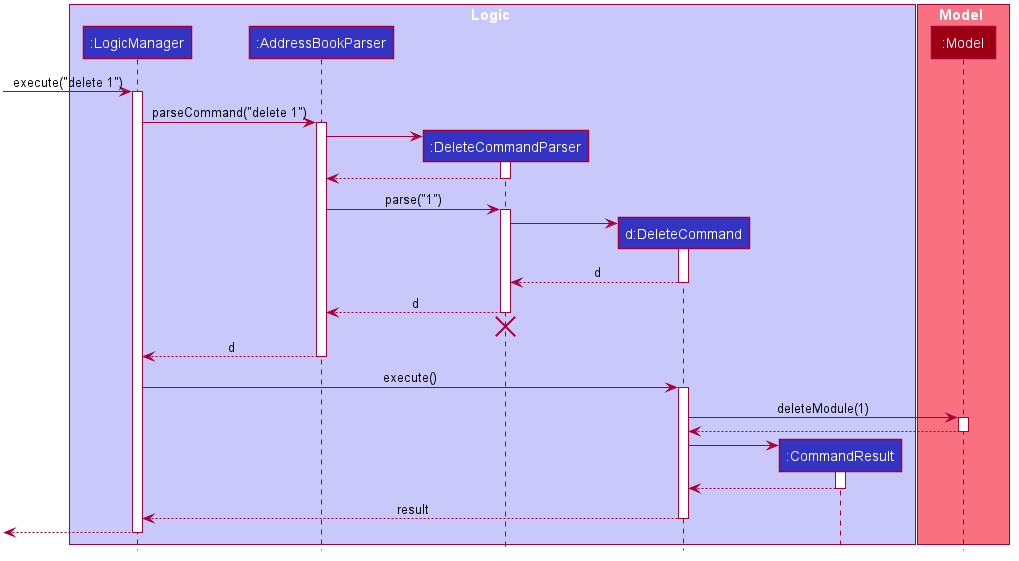
Before: docs/images/DeleteSequenceDiagram.png, a diagram exported from PlantUML (nus-cs2103-AY2021S1/tp).
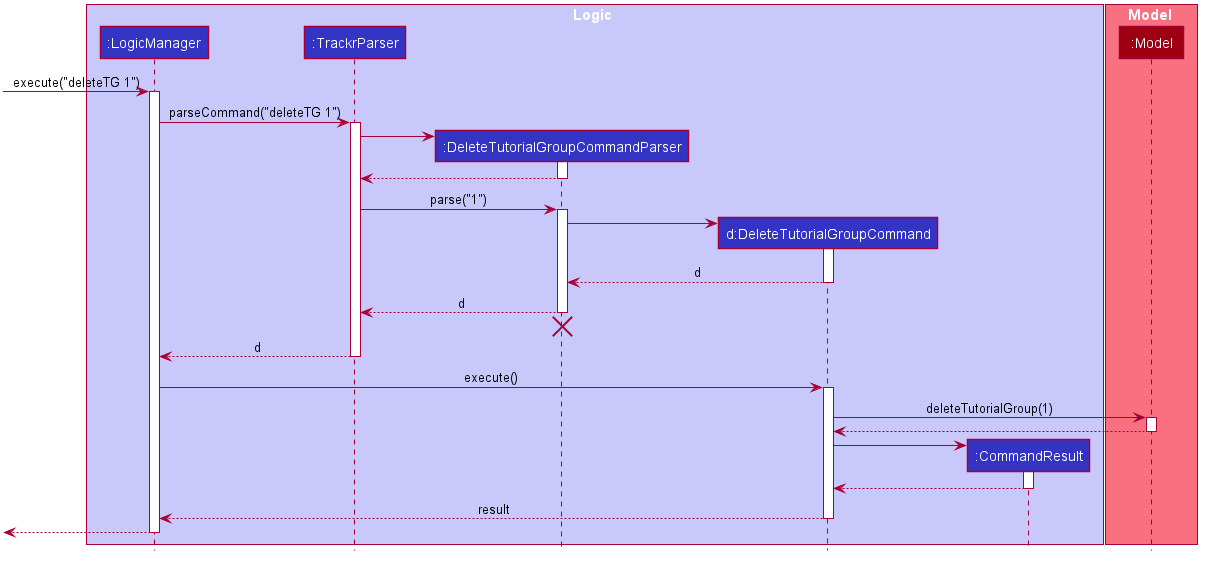
The same file after the commit.

Diff of the diagram source:
```diff
@@ -50,9 +50,9 @@
 
 box Logic #C8C8FA
 participant ":LogicManager" as LogicManager #3333C4
-participant ":AddressBookParser" as AddressBookParser #3333C4
-participant ":DeleteCommandParser" as DeleteCommandParser #3333C4
-participant "d:DeleteCommand" as DeleteCommand #3333C4
+participant ":TrackrParser" as TrackrParser #3333C4
+participant ":DeleteTutorialGroupCommandParser" as DeleteTutorialGroupCommandParser #3333C4
+participant "d:DeleteTutorialGroupCommand" as DeleteTutorialGroupCommand #3333C4
 participant ":CommandResult" as CommandResult #3333C4
 end box
 
@@ -60,55 +60,55 @@
 participant ":Model" as Model #9D0012
 end box
 
-[-> LogicManager : execute("delete 1")
+[-> LogicManager : execute("deleteTG 1")
 activate LogicManager
 
-LogicManager -> AddressBookParser : parseCommand("delete 1")
-activate AddressBookParser
+LogicManager -> TrackrParser : parseCommand("deleteTG 1")
+activate TrackrParser
 
-create DeleteCommandParser
-AddressBookParser -> DeleteCommandParser
-activate DeleteCommandParser
+create DeleteTutorialGroupCommandParser
+TrackrParser -> DeleteTutorialGroupCommandParser
+activate DeleteTutorialGroupCommandParser
 
-DeleteCommandParser --> AddressBookParser
-deactivate DeleteCommandParser
+DeleteTutorialGroupCommandParser --> TrackrParser
+deactivate DeleteTutorialGroupCommandParser
 
-AddressBookParser -> DeleteCommandParser : parse("1")
-activate DeleteCommandParser
+TrackrParser -> DeleteTutorialGroupCommandParser : parse("1")
+activate DeleteTutorialGroupCommandParser
 
-create DeleteCommand
-DeleteCommandParser -> DeleteCommand
-activate DeleteCommand
+create DeleteTutorialGroupCommand
+DeleteTutorialGroupCommandParser -> DeleteTutorialGroupCommand
+activate DeleteTutorialGroupCommand
 
-DeleteCommand --> DeleteCommandParser : d
-deactivate DeleteCommand
+DeleteTutorialGroupCommand --> DeleteTutorialGroupCommandParser : d
+deactivate DeleteTutorialGroupCommand
 
-DeleteCommandParser --> AddressBookParser : d
-deactivate DeleteCommandParser
-DeleteCommandParser -[hidden]-> AddressBookParser
-destroy DeleteCommandParser
+DeleteTutorialGroupCommandParser --> TrackrParser : d
+deactivate DeleteTutorialGroupCommandParser
+DeleteTutorialGroupCommandParser -[hidden]-> TrackrParser
+destroy DeleteTutorialGroupCommandParser
 
-AddressBookParser --> LogicManager : d
-deactivate AddressBookParser
+TrackrParser --> LogicManager : d
+deactivate TrackrParser
 
-LogicManager -> DeleteCommand : execute()
-activate DeleteCommand
+LogicManager -> DeleteTutorialGroupCommand : execute()
+activate DeleteTutorialGroupCommand
 
-DeleteCommand -> Model : deleteModule(1)
+DeleteTutorialGroupCommand -> Model : deleteTutorialGroup(1)
 activate Model
 
-Model --> DeleteCommand
+Model --> DeleteTutorialGroupCommand
 deactivate Model
 
 create CommandResult
-DeleteCommand -> CommandResult
+DeleteTutorialGroupCommand -> CommandResult
 activate CommandResult
 
-CommandResult --> DeleteCommand
+CommandResult --> DeleteTutorialGroupCommand
 deactivate CommandResult
 
-DeleteCommand --> LogicManager : result
-deactivate DeleteCommand
+DeleteTutorialGroupCommand --> LogicManager : result
+deactivate DeleteTutorialGroupCommand
 
 [<--LogicManager
 deactivate LogicManager
```
